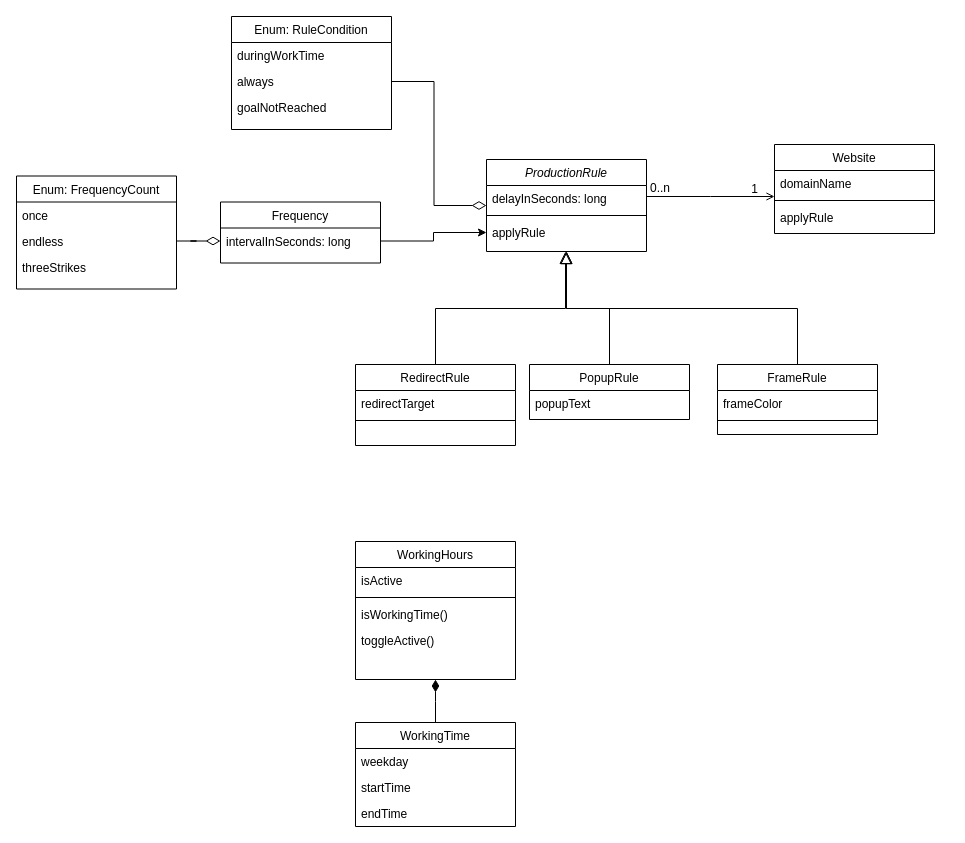
This is page "Class Diagram ProdRule" (1 of 2) of Architecture.drawio from Elias-Ladenburger/Productivity-Extension, a draw.io file, before an edit. Source tidied: cells renumbered, new cells numbered last; positions are measured from the earlier drawing's top-left corner, leaving out a move shared by most shapes. Both pictures are drawn from the tidied source at 100%, with x=0, y=0 at pixel (16, 16).
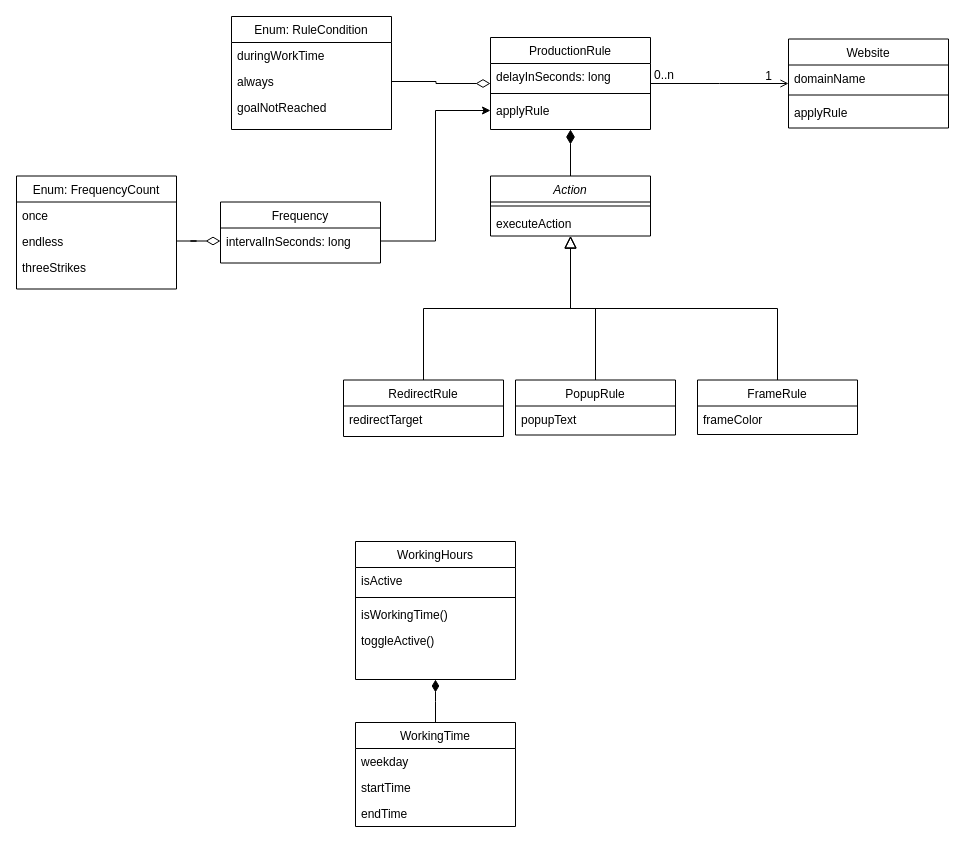
Above is the later version.

Commit message:
Update architecture diagram for rules

The edit, as a diff of the source:
```diff
@@
-    <mxCell id="2" value="ProductionRule" style="swimlane;fontStyle=2;align=center;verticalAlign=top;horizontal=1;startSize=26;rounded=0;shadow=0;strokeWidth=1;" parent="1" vertex="1">
-      <mxGeometry x="470" y="143" width="160" height="92" as="geometry" />
+    <mxCell id="2" value="ProductionRule" style="swimlane;fontStyle=0;align=center;verticalAlign=top;horizontal=1;startSize=26;rounded=0;shadow=0;strokeWidth=1;" parent="1" vertex="1">
+      <mxGeometry x="474" y="21" width="160" height="92" as="geometry" />
     </mxCell>
@@
     <mxCell id="6" value="PopupRule" style="swimlane;fontStyle=0;align=center;verticalAlign=top;horizontal=1;startSize=26;rounded=0;shadow=0;strokeWidth=1;" parent="1" vertex="1">
-      <mxGeometry x="513" y="348" width="160" height="55" as="geometry" />
+      <mxGeometry x="499" y="363.5" width="160" height="55" as="geometry" />
     </mxCell>
@@
-    <mxCell id="8" style="endArrow=block;endSize=10;endFill=0;shadow=0;strokeWidth=1;rounded=0;edgeStyle=elbowEdgeStyle;elbow=vertical;" parent="1" edge="1" source="6" target="2">
+    <mxCell id="8" style="endArrow=block;endSize=10;endFill=0;shadow=0;strokeWidth=1;rounded=0;edgeStyle=elbowEdgeStyle;elbow=vertical;entryX=0.5;entryY=1;entryDx=0;entryDy=0;" parent="1" edge="1" source="6" target="48">
       <mxGeometry relative="1" as="geometry" />
     </mxCell>
     <mxCell id="9" value="FrameRule" style="swimlane;fontStyle=0;align=center;verticalAlign=top;horizontal=1;startSize=26;rounded=0;shadow=0;strokeWidth=1;" parent="1" vertex="1">
-      <mxGeometry x="701" y="348" width="160" height="70" as="geometry" />
+      <mxGeometry x="681" y="363.5" width="160" height="54.5" as="geometry" />
     </mxCell>
@@
-    <mxCell id="11" style="line;html=1;strokeWidth=1;align=left;verticalAlign=middle;spacingTop=-1;spacingLeft=3;spacingRight=3;labelPosition=right;" parent="9" vertex="1">
-      <mxGeometry y="52" width="160" height="8" as="geometry" />
-    </mxCell>
-    <mxCell id="12" style="endArrow=block;endSize=10;endFill=0;shadow=0;strokeWidth=1;rounded=0;edgeStyle=elbowEdgeStyle;elbow=vertical;" parent="1" edge="1" source="9" target="2">
+    <mxCell id="12" style="endArrow=block;endSize=10;endFill=0;shadow=0;strokeWidth=1;rounded=0;edgeStyle=elbowEdgeStyle;elbow=vertical;entryX=0.5;entryY=1;entryDx=0;entryDy=0;" parent="1" edge="1" source="9" target="48">
       <mxGeometry relative="1" as="geometry" />
     </mxCell>
     <mxCell id="13" value="Website" style="swimlane;fontStyle=0;align=center;verticalAlign=top;horizontal=1;startSize=26;rounded=0;shadow=0;strokeWidth=1;" parent="1" vertex="1">
-      <mxGeometry x="758" y="128" width="160" height="89" as="geometry" />
+      <mxGeometry x="772" y="22.5" width="160" height="89" as="geometry" />
     </mxCell>
@@
     <mxCell id="20" value="RedirectRule" style="swimlane;fontStyle=0;align=center;verticalAlign=top;horizontal=1;startSize=26;rounded=0;shadow=0;strokeWidth=1;" parent="1" vertex="1">
-      <mxGeometry x="339" y="348" width="160" height="81" as="geometry" />
+      <mxGeometry x="327" y="363.5" width="160" height="56.5" as="geometry" />
     </mxCell>
@@
-    <mxCell id="22" style="line;html=1;strokeWidth=1;align=left;verticalAlign=middle;spacingTop=-1;spacingLeft=3;spacingRight=3;labelPosition=right;" parent="20" vertex="1">
-      <mxGeometry y="52" width="160" height="8" as="geometry" />
-    </mxCell>
-    <mxCell id="23" style="endArrow=block;endSize=10;endFill=0;shadow=0;strokeWidth=1;rounded=0;edgeStyle=elbowEdgeStyle;elbow=vertical;exitX=0.5;exitY=0;exitDx=0;exitDy=0;" parent="1" edge="1" source="20">
-      <mxGeometry relative="1" as="geometry">
-        <mxPoint x="549" y="235" as="targetPoint" />
-      </mxGeometry>
+    <mxCell id="23" style="endArrow=block;endSize=10;endFill=0;shadow=0;strokeWidth=1;rounded=0;edgeStyle=elbowEdgeStyle;elbow=vertical;exitX=0.5;exitY=0;exitDx=0;exitDy=0;entryX=0.5;entryY=1;entryDx=0;entryDy=0;" parent="1" edge="1" source="20" target="48">
+      <mxGeometry relative="1" as="geometry" />
     </mxCell>
@@
+    <mxCell id="47" style="edgeStyle=orthogonalEdgeStyle;rounded=0;jettySize=auto;html=1;entryX=0.5;entryY=1;entryDx=0;entryDy=0;endArrow=diamondThin;endFill=1;startSize=12;endSize=12;" parent="1" edge="1" source="48" target="2">
+      <mxGeometry relative="1" as="geometry" />
+    </mxCell>
+    <mxCell id="48" value="Action" style="swimlane;fontStyle=2;align=center;verticalAlign=top;horizontal=1;startSize=26;rounded=0;shadow=0;strokeWidth=1;" parent="1" vertex="1">
+      <mxGeometry x="474" y="159.5" width="160" height="60" as="geometry" />
+    </mxCell>
+    <mxCell id="49" style="line;html=1;strokeWidth=1;align=left;verticalAlign=middle;spacingTop=-1;spacingLeft=3;spacingRight=3;labelPosition=right;" parent="48" vertex="1">
+      <mxGeometry y="26" width="160" height="8" as="geometry" />
+    </mxCell>
+    <mxCell id="50" value="executeAction" style="text;align=left;verticalAlign=top;spacingLeft=4;spacingRight=4;overflow=hidden;" parent="48" vertex="1">
+      <mxGeometry y="34" width="160" height="26" as="geometry" />
+    </mxCell>
```
